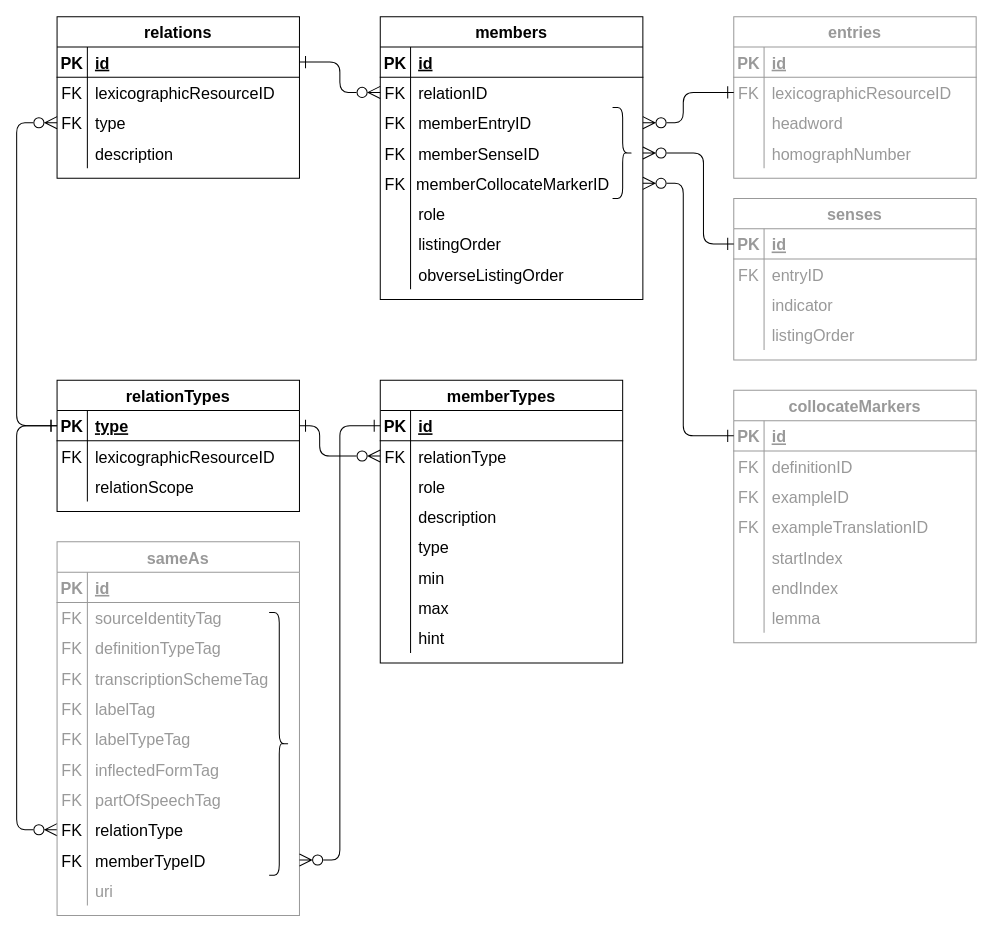
Earlier version of the draw.io diagram dmlex-v1.0/specification/serializations/RDB/databaseDiagrams/linking.drawio (oasis-tcs/lexidma). Source tidied: cells renumbered, new cells numbered last; positions are measured from the earlier drawing's top-left corner, leaving out a move shared by most shapes. Both pictures are drawn from the tidied source at 101%, with x=0, y=0 at pixel (16, 16).
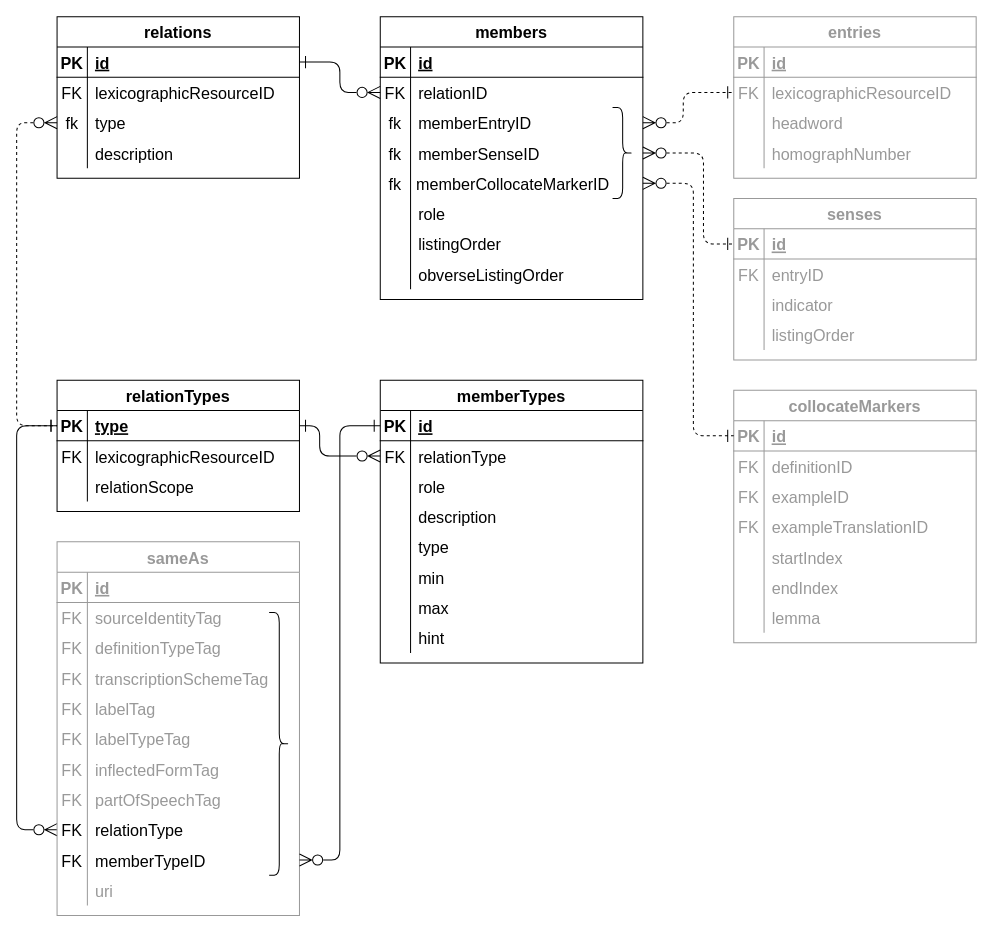
The same page after the edit.

The change refers to these unchanged cells:
```xml
<mxCell id="9" style="shape=tableRow;horizontal=0;startSize=0;swimlaneHead=0;swimlaneBody=0;fillColor=none;points=[[0,0.5],[1,0.5]];portConstraint=eastwest;top=0;left=0;right=0;bottom=0;fontSize=16;" parent="2" vertex="1">
  <mxGeometry y="90" width="240" height="30" as="geometry" />
</mxCell>
<mxCell id="22" style="shape=tableRow;horizontal=0;startSize=0;swimlaneHead=0;swimlaneBody=0;fillColor=none;points=[[0,0.5],[1,0.5]];portConstraint=eastwest;top=0;left=0;right=0;bottom=0;fontSize=16;" parent="15" vertex="1">
  <mxGeometry y="90" width="260" height="30" as="geometry" />
</mxCell>
<mxCell id="25" style="shape=tableRow;horizontal=0;startSize=0;swimlaneHead=0;swimlaneBody=0;fillColor=none;points=[[0,0.5],[1,0.5]];portConstraint=eastwest;top=0;left=0;right=0;bottom=0;fontSize=16;" parent="15" vertex="1">
  <mxGeometry y="120" width="260" height="30" as="geometry" />
</mxCell>
<mxCell id="28" style="shape=tableRow;horizontal=0;startSize=0;swimlaneHead=0;swimlaneBody=0;fillColor=none;points=[[0,0.5],[1,0.5]];portConstraint=eastwest;top=0;left=0;right=0;bottom=0;fontSize=16;" parent="15" vertex="1">
  <mxGeometry y="150" width="260" height="30" as="geometry" />
</mxCell>
<mxCell id="42" style="shape=tableRow;horizontal=0;startSize=0;swimlaneHead=0;swimlaneBody=0;fillColor=none;points=[[0,0.5],[1,0.5]];portConstraint=eastwest;top=0;left=0;right=0;bottom=1;fontSize=16;" parent="41" vertex="1">
  <mxGeometry y="30" width="240" height="30" as="geometry" />
</mxCell>
<mxCell id="84" style="shape=tableRow;horizontal=0;startSize=0;swimlaneHead=0;swimlaneBody=0;fillColor=none;points=[[0,0.5],[1,0.5]];portConstraint=eastwest;top=0;left=0;right=0;bottom=0;fontSize=16;strokeColor=#999999;fontColor=#999999;" parent="80" vertex="1">
  <mxGeometry y="60" width="240" height="30" as="geometry" />
</mxCell>
<mxCell id="94" style="shape=tableRow;horizontal=0;startSize=0;swimlaneHead=0;swimlaneBody=0;fillColor=none;points=[[0,0.5],[1,0.5]];portConstraint=eastwest;top=0;left=0;right=0;bottom=1;fontSize=16;fontColor=#999999;strokeColor=#999999;" parent="93" vertex="1">
  <mxGeometry y="30" width="240" height="30" as="geometry" />
</mxCell>
<mxCell id="107" style="shape=tableRow;horizontal=0;startSize=0;swimlaneHead=0;swimlaneBody=0;fillColor=none;points=[[0,0.5],[1,0.5]];portConstraint=eastwest;top=0;left=0;right=0;bottom=1;fontSize=16;fontColor=#999999;strokeColor=#999999;" parent="106" vertex="1">
  <mxGeometry y="30" width="240" height="30" as="geometry" />
</mxCell>
```

What changed in the source:
```diff
@@
-    <mxCell id="10" value="FK" style="shape=partialRectangle;fillColor=none;top=0;left=0;bottom=0;right=0;overflow=hidden;fontSize=16;" parent="9" vertex="1">
+    <mxCell id="10" value="fk" style="shape=partialRectangle;fillColor=none;top=0;left=0;bottom=0;right=0;overflow=hidden;fontSize=16;" parent="9" vertex="1">
       <mxGeometry width="30" height="30" as="geometry" />
     </mxCell>
@@
-    <mxCell id="23" value="FK" style="shape=partialRectangle;fillColor=none;top=0;left=0;bottom=0;right=0;overflow=hidden;fontSize=16;" parent="22" vertex="1">
+    <mxCell id="23" value="fk" style="shape=partialRectangle;fillColor=none;top=0;left=0;bottom=0;right=0;overflow=hidden;fontSize=16;" parent="22" vertex="1">
       <mxGeometry width="30" height="30" as="geometry" />
     </mxCell>
@@
-    <mxCell id="26" value="FK" style="shape=partialRectangle;fillColor=none;top=0;left=0;bottom=0;right=0;overflow=hidden;fontSize=16;" parent="25" vertex="1">
+    <mxCell id="26" value="fk" style="shape=partialRectangle;fillColor=none;top=0;left=0;bottom=0;right=0;overflow=hidden;fontSize=16;" parent="25" vertex="1">
       <mxGeometry width="30" height="30" as="geometry" />
     </mxCell>
@@
-    <mxCell id="29" value="FK" style="shape=partialRectangle;fillColor=none;top=0;left=0;bottom=0;right=0;overflow=hidden;fontSize=16;" parent="28" vertex="1">
+    <mxCell id="29" value="fk" style="shape=partialRectangle;fillColor=none;top=0;left=0;bottom=0;right=0;overflow=hidden;fontSize=16;" parent="28" vertex="1">
       <mxGeometry width="30" height="30" as="geometry" />
     </mxCell>
@@
     <mxCell id="51" value="memberTypes" style="shape=table;startSize=30;childLayout=tableLayout;rowLines=0;fontStyle=1;align=center;fontSize=16;" parent="1" vertex="1">
-      <mxGeometry x="360" y="360" width="240" height="280" as="geometry" />
+      <mxGeometry x="360" y="360" width="260" height="280" as="geometry" />
     </mxCell>
     <mxCell id="52" style="shape=tableRow;horizontal=0;startSize=0;swimlaneHead=0;swimlaneBody=0;fillColor=none;points=[[0,0.5],[1,0.5]];portConstraint=eastwest;top=0;left=0;right=0;bottom=1;fontSize=16;" parent="51" vertex="1">
-      <mxGeometry y="30" width="240" height="30" as="geometry" />
+      <mxGeometry y="30" width="260" height="30" as="geometry" />
     </mxCell>
@@
     <mxCell id="54" value="id" style="shape=partialRectangle;fillColor=none;top=0;left=0;bottom=0;right=0;align=left;spacingLeft=6;fontStyle=5;overflow=hidden;fontSize=16;" parent="52" vertex="1">
-      <mxGeometry x="30" width="210" height="30" as="geometry" />
+      <mxGeometry x="30" width="230" height="30" as="geometry" />
     </mxCell>
     <mxCell id="55" style="shape=tableRow;horizontal=0;startSize=0;swimlaneHead=0;swimlaneBody=0;fillColor=none;points=[[0,0.5],[1,0.5]];portConstraint=eastwest;top=0;left=0;right=0;bottom=0;fontSize=16;" parent="51" vertex="1">
-      <mxGeometry y="60" width="240" height="30" as="geometry" />
+      <mxGeometry y="60" width="260" height="30" as="geometry" />
     </mxCell>
@@
     <mxCell id="57" value="relationType" style="shape=partialRectangle;fillColor=none;top=0;left=0;bottom=0;right=0;align=left;spacingLeft=6;overflow=hidden;fontSize=16;" parent="55" vertex="1">
-      <mxGeometry x="30" width="210" height="30" as="geometry" />
+      <mxGeometry x="30" width="230" height="30" as="geometry" />
     </mxCell>
     <mxCell id="58" style="shape=tableRow;horizontal=0;startSize=0;swimlaneHead=0;swimlaneBody=0;fillColor=none;top=0;left=0;right=0;bottom=0;fontSize=16;" parent="51" vertex="1">
-      <mxGeometry y="90" width="240" height="30" as="geometry" />
+      <mxGeometry y="90" width="260" height="30" as="geometry" />
     </mxCell>
@@
     <mxCell id="60" value="role" style="shape=partialRectangle;fillColor=none;top=0;left=0;bottom=0;right=0;align=left;spacingLeft=6;overflow=hidden;fontSize=16;" parent="58" vertex="1">
-      <mxGeometry x="30" width="210" height="30" as="geometry" />
+      <mxGeometry x="30" width="230" height="30" as="geometry" />
     </mxCell>
     <mxCell id="61" style="shape=tableRow;horizontal=0;startSize=0;swimlaneHead=0;swimlaneBody=0;fillColor=none;top=0;left=0;right=0;bottom=0;fontSize=16;" parent="51" vertex="1">
-      <mxGeometry y="120" width="240" height="30" as="geometry" />
+      <mxGeometry y="120" width="260" height="30" as="geometry" />
     </mxCell>
@@
     <mxCell id="63" value="description" style="shape=partialRectangle;fillColor=none;top=0;left=0;bottom=0;right=0;align=left;spacingLeft=6;overflow=hidden;fontSize=16;" parent="61" vertex="1">
-      <mxGeometry x="30" width="210" height="30" as="geometry" />
+      <mxGeometry x="30" width="230" height="30" as="geometry" />
     </mxCell>
     <mxCell id="64" style="shape=tableRow;horizontal=0;startSize=0;swimlaneHead=0;swimlaneBody=0;fillColor=none;top=0;left=0;right=0;bottom=0;fontSize=16;" parent="51" vertex="1">
-      <mxGeometry y="150" width="240" height="30" as="geometry" />
+      <mxGeometry y="150" width="260" height="30" as="geometry" />
     </mxCell>
@@
     <mxCell id="66" value="type" style="shape=partialRectangle;fillColor=none;top=0;left=0;bottom=0;right=0;align=left;spacingLeft=6;overflow=hidden;fontSize=16;" parent="64" vertex="1">
-      <mxGeometry x="30" width="210" height="30" as="geometry" />
+      <mxGeometry x="30" width="230" height="30" as="geometry" />
     </mxCell>
     <mxCell id="67" style="shape=tableRow;horizontal=0;startSize=0;swimlaneHead=0;swimlaneBody=0;fillColor=none;top=0;left=0;right=0;bottom=0;fontSize=16;" parent="51" vertex="1">
-      <mxGeometry y="180" width="240" height="30" as="geometry" />
+      <mxGeometry y="180" width="260" height="30" as="geometry" />
     </mxCell>
@@
     <mxCell id="69" value="min" style="shape=partialRectangle;fillColor=none;top=0;left=0;bottom=0;right=0;align=left;spacingLeft=6;overflow=hidden;fontSize=16;" parent="67" vertex="1">
-      <mxGeometry x="30" width="210" height="30" as="geometry" />
+      <mxGeometry x="30" width="230" height="30" as="geometry" />
     </mxCell>
     <mxCell id="70" style="shape=tableRow;horizontal=0;startSize=0;swimlaneHead=0;swimlaneBody=0;fillColor=none;top=0;left=0;right=0;bottom=0;fontSize=16;" parent="51" vertex="1">
-      <mxGeometry y="210" width="240" height="30" as="geometry" />
+      <mxGeometry y="210" width="260" height="30" as="geometry" />
     </mxCell>
@@
     <mxCell id="72" value="max" style="shape=partialRectangle;fillColor=none;top=0;left=0;bottom=0;right=0;align=left;spacingLeft=6;overflow=hidden;fontSize=16;" parent="70" vertex="1">
-      <mxGeometry x="30" width="210" height="30" as="geometry" />
+      <mxGeometry x="30" width="230" height="30" as="geometry" />
     </mxCell>
     <mxCell id="73" style="shape=tableRow;horizontal=0;startSize=0;swimlaneHead=0;swimlaneBody=0;fillColor=none;top=0;left=0;right=0;bottom=0;fontSize=16;" parent="51" vertex="1">
-      <mxGeometry y="240" width="240" height="30" as="geometry" />
+      <mxGeometry y="240" width="260" height="30" as="geometry" />
     </mxCell>
@@
     <mxCell id="75" value="hint" style="shape=partialRectangle;fillColor=none;top=0;left=0;bottom=0;right=0;align=left;spacingLeft=6;overflow=hidden;fontSize=16;" parent="73" vertex="1">
-      <mxGeometry x="30" width="210" height="30" as="geometry" />
+      <mxGeometry x="30" width="230" height="30" as="geometry" />
     </mxCell>
-    <mxCell id="76" style="edgeStyle=orthogonalEdgeStyle;rounded=1;jettySize=auto;html=1;exitX=0;exitY=0.5;exitDx=0;exitDy=0;entryX=0;entryY=0.5;entryDx=0;entryDy=0;startArrow=ERzeroToMany;startFill=0;endArrow=ERone;endFill=0;endSize=10;startSize=10;" parent="1" edge="1" source="9" target="42">
+    <mxCell id="76" style="edgeStyle=orthogonalEdgeStyle;rounded=1;jettySize=auto;html=1;exitX=0;exitY=0.5;exitDx=0;exitDy=0;entryX=0;entryY=0.5;entryDx=0;entryDy=0;startArrow=ERzeroToMany;startFill=0;endArrow=ERone;endFill=0;endSize=10;startSize=10;dashed=1;" parent="1" edge="1" source="9" target="42">
       <mxGeometry relative="1" as="geometry">
         <Array as="points">
           <mxPoint y="105" />
           <mxPoint y="405" />
         </Array>
       </mxGeometry>
     </mxCell>
@@
-    <mxCell id="128" style="edgeStyle=orthogonalEdgeStyle;shape=connector;rounded=1;jettySize=auto;html=1;exitX=1;exitY=0.5;exitDx=0;exitDy=0;entryX=0;entryY=0.5;entryDx=0;entryDy=0;labelBackgroundColor=default;strokeColor=default;fontFamily=Helvetica;fontSize=11;fontColor=#999999;startArrow=ERzeroToMany;startFill=0;endArrow=ERone;endFill=0;startSize=10;endSize=10;" parent="1" edge="1" source="22" target="84">
+    <mxCell id="128" style="edgeStyle=orthogonalEdgeStyle;shape=connector;rounded=1;jettySize=auto;html=1;exitX=1;exitY=0.5;exitDx=0;exitDy=0;entryX=0;entryY=0.5;entryDx=0;entryDy=0;labelBackgroundColor=default;strokeColor=default;fontFamily=Helvetica;fontSize=11;fontColor=#999999;startArrow=ERzeroToMany;startFill=0;endArrow=ERone;endFill=0;startSize=10;endSize=10;dashed=1;" parent="1" edge="1" source="22" target="84">
       <mxGeometry relative="1" as="geometry">
         <Array as="points">
           <mxPoint x="660" y="105" />
           <mxPoint x="660" y="75" />
         </Array>
       </mxGeometry>
     </mxCell>
-    <mxCell id="129" style="edgeStyle=orthogonalEdgeStyle;shape=connector;rounded=1;jettySize=auto;html=1;exitX=1;exitY=0.5;exitDx=0;exitDy=0;entryX=0;entryY=0.5;entryDx=0;entryDy=0;labelBackgroundColor=default;strokeColor=default;fontFamily=Helvetica;fontSize=11;fontColor=#999999;startArrow=ERzeroToMany;startFill=0;endArrow=ERone;endFill=0;startSize=10;endSize=10;" parent="1" edge="1" source="25" target="94">
+    <mxCell id="129" style="edgeStyle=orthogonalEdgeStyle;shape=connector;rounded=1;jettySize=auto;html=1;exitX=1;exitY=0.5;exitDx=0;exitDy=0;entryX=0;entryY=0.5;entryDx=0;entryDy=0;labelBackgroundColor=default;strokeColor=default;fontFamily=Helvetica;fontSize=11;fontColor=#999999;startArrow=ERzeroToMany;startFill=0;endArrow=ERone;endFill=0;startSize=10;endSize=10;dashed=1;" parent="1" edge="1" source="25" target="94">
       <mxGeometry relative="1" as="geometry">
         <Array as="points">
           <mxPoint x="680" y="135" />
           <mxPoint x="680" y="225" />
         </Array>
       </mxGeometry>
     </mxCell>
-    <mxCell id="130" style="edgeStyle=orthogonalEdgeStyle;shape=connector;rounded=1;jettySize=auto;html=1;exitX=1;exitY=0.5;exitDx=0;exitDy=0;entryX=0;entryY=0.5;entryDx=0;entryDy=0;labelBackgroundColor=default;strokeColor=default;fontFamily=Helvetica;fontSize=11;fontColor=#999999;startArrow=ERzeroToMany;startFill=0;endArrow=ERone;endFill=0;startSize=10;endSize=10;" parent="1" edge="1" source="28" target="107">
+    <mxCell id="130" style="edgeStyle=orthogonalEdgeStyle;shape=connector;rounded=1;jettySize=auto;html=1;exitX=1;exitY=0.5;exitDx=0;exitDy=0;entryX=0;entryY=0.5;entryDx=0;entryDy=0;labelBackgroundColor=default;strokeColor=default;fontFamily=Helvetica;fontSize=11;fontColor=#999999;startArrow=ERzeroToMany;startFill=0;endArrow=ERone;endFill=0;startSize=10;endSize=10;dashed=1;" parent="1" edge="1" source="28" target="107">
       <mxGeometry relative="1" as="geometry">
         <Array as="points">
-          <mxPoint x="660" y="165" />
-          <mxPoint x="660" y="415" />
+          <mxPoint x="670" y="165" />
+          <mxPoint x="670" y="415" />
         </Array>
       </mxGeometry>
     </mxCell>
```
